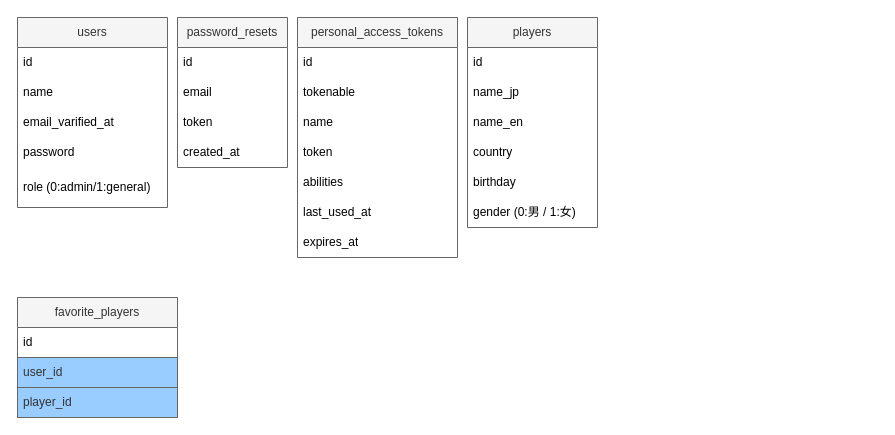
Earlier version of the draw.io diagram .diagram/database.drawio (0kkun/tennis-track). Source tidied: cells renumbered, new cells numbered last; positions are measured from the earlier drawing's top-left corner, leaving out a move shared by most shapes. Both pictures are drawn from the tidied source at 100%, with x=0, y=0 at pixel (17, 17).
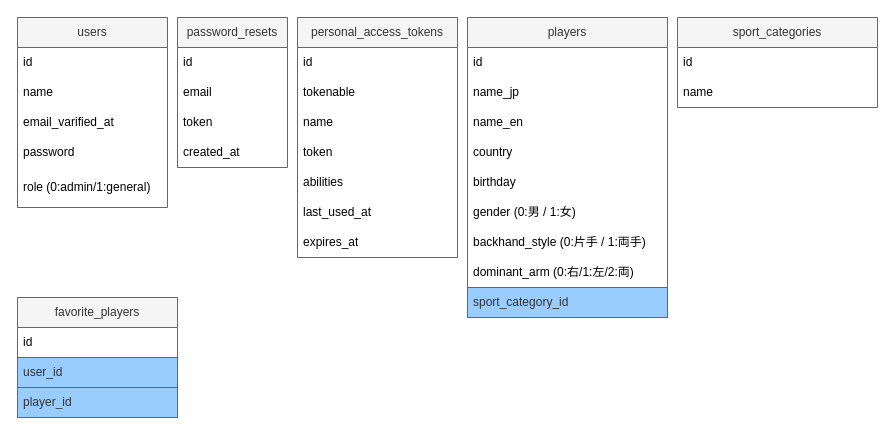
Above is the later version.

The edit, as a diff of the source:
```diff
@@
     <mxCell id="21" value="players" style="swimlane;fontStyle=0;horizontal=1;startSize=30;whiteSpace=wrap;html=1;fillStyle=auto;labelBackgroundColor=none;fillColor=#f5f5f5;fontColor=#333333;strokeColor=#666666;" parent="1" vertex="1">
-      <mxGeometry x="450" width="130" height="210" as="geometry" />
+      <mxGeometry x="450" width="200" height="300" as="geometry" />
     </mxCell>
     <mxCell id="22" value="id" style="text;strokeColor=none;fillColor=none;align=left;verticalAlign=middle;spacingLeft=4;spacingRight=4;overflow=hidden;whiteSpace=wrap;html=1;fontColor=#000000;" parent="21" vertex="1">
-      <mxGeometry y="30" width="130" height="30" as="geometry" />
+      <mxGeometry y="30" width="200" height="30" as="geometry" />
     </mxCell>
     <mxCell id="23" value="name_jp" style="text;strokeColor=none;fillColor=none;align=left;verticalAlign=middle;spacingLeft=4;spacingRight=4;overflow=hidden;whiteSpace=wrap;html=1;fontColor=#000000;" parent="21" vertex="1">
-      <mxGeometry y="60" width="130" height="30" as="geometry" />
+      <mxGeometry y="60" width="200" height="30" as="geometry" />
     </mxCell>
     <mxCell id="24" value="name_en" style="text;strokeColor=none;fillColor=none;align=left;verticalAlign=middle;spacingLeft=4;spacingRight=4;overflow=hidden;whiteSpace=wrap;html=1;fontColor=#000000;" parent="21" vertex="1">
-      <mxGeometry y="90" width="130" height="30" as="geometry" />
+      <mxGeometry y="90" width="200" height="30" as="geometry" />
     </mxCell>
     <mxCell id="25" value="country" style="text;strokeColor=none;fillColor=none;align=left;verticalAlign=middle;spacingLeft=4;spacingRight=4;overflow=hidden;whiteSpace=wrap;html=1;fontColor=#000000;" parent="21" vertex="1">
-      <mxGeometry y="120" width="130" height="30" as="geometry" />
+      <mxGeometry y="120" width="200" height="30" as="geometry" />
     </mxCell>
     <mxCell id="26" value="birthday" style="text;strokeColor=none;fillColor=none;align=left;verticalAlign=middle;spacingLeft=4;spacingRight=4;overflow=hidden;whiteSpace=wrap;html=1;fontColor=#000000;" parent="21" vertex="1">
-      <mxGeometry y="150" width="130" height="30" as="geometry" />
+      <mxGeometry y="150" width="200" height="30" as="geometry" />
     </mxCell>
     <mxCell id="27" value="gender (0:男 / 1:女)" style="text;strokeColor=none;fillColor=none;align=left;verticalAlign=middle;spacingLeft=4;spacingRight=4;overflow=hidden;whiteSpace=wrap;html=1;fontColor=#000000;" parent="21" vertex="1">
-      <mxGeometry y="180" width="130" height="30" as="geometry" />
+      <mxGeometry y="180" width="200" height="30" as="geometry" />
     </mxCell>
+    <mxCell id="32" value="backhand_style (0:片手 / 1:両手)" style="text;strokeColor=none;fillColor=none;align=left;verticalAlign=middle;spacingLeft=4;spacingRight=4;overflow=hidden;whiteSpace=wrap;html=1;fontColor=#000000;" parent="21" vertex="1">
+      <mxGeometry y="210" width="200" height="30" as="geometry" />
+    </mxCell>
+    <mxCell id="33" value="dominant_arm (0:右/1:左/2:両)" style="text;strokeColor=none;fillColor=none;align=left;verticalAlign=middle;spacingLeft=4;spacingRight=4;overflow=hidden;whiteSpace=wrap;html=1;fontColor=#000000;" parent="21" vertex="1">
+      <mxGeometry y="240" width="200" height="30" as="geometry" />
+    </mxCell>
+    <mxCell id="34" value="sport_category_id" style="text;strokeColor=#666666;fillColor=#99CCFF;align=left;verticalAlign=middle;spacingLeft=4;spacingRight=4;overflow=hidden;whiteSpace=wrap;html=1;fontColor=#333333;" parent="21" vertex="1">
+      <mxGeometry y="270" width="200" height="30" as="geometry" />
+    </mxCell>
@@
+    <mxCell id="35" value="sport_categories" style="swimlane;fontStyle=0;horizontal=1;startSize=30;whiteSpace=wrap;html=1;fillStyle=auto;labelBackgroundColor=none;fillColor=#f5f5f5;fontColor=#333333;strokeColor=#666666;" parent="1" vertex="1">
+      <mxGeometry x="660" width="200" height="90" as="geometry" />
+    </mxCell>
+    <mxCell id="36" value="id" style="text;strokeColor=none;fillColor=none;align=left;verticalAlign=middle;spacingLeft=4;spacingRight=4;overflow=hidden;whiteSpace=wrap;html=1;fontColor=#000000;" parent="35" vertex="1">
+      <mxGeometry y="30" width="200" height="30" as="geometry" />
+    </mxCell>
+    <mxCell id="37" value="name" style="text;strokeColor=none;fillColor=none;align=left;verticalAlign=middle;spacingLeft=4;spacingRight=4;overflow=hidden;whiteSpace=wrap;html=1;fontColor=#000000;" parent="35" vertex="1">
+      <mxGeometry y="60" width="200" height="30" as="geometry" />
+    </mxCell>
```
